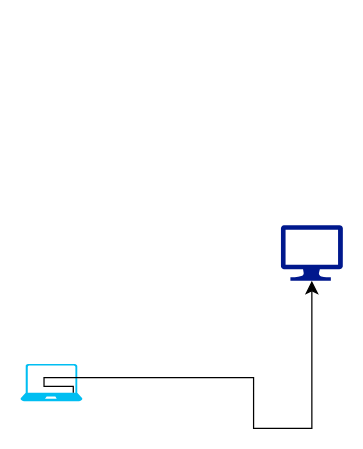
This is Untitled Diagram.drawio from divy1436/Packet-sniffing-with-Wireshark, a draw.io file, before an edit. Source tidied: cells renumbered, new cells numbered last; positions are measured from the earlier drawing's top-left corner, leaving out a move shared by most shapes. Both pictures are drawn from the tidied source at 124%, with x=0, y=0 at pixel (20, 224).
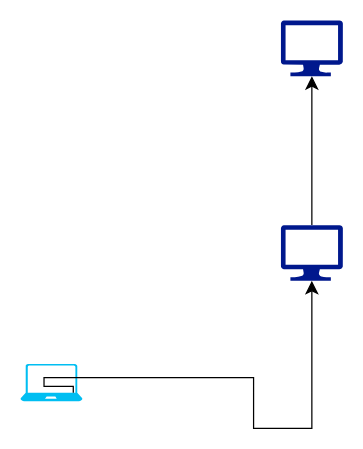
The same page after the edit.

The edit, as a diff of the source:
```diff
@@
 <mxGraphModel>
   <root>
     <mxCell id="0" />
     <mxCell id="1" parent="0" />
+    <mxCell id="5" style="edgeStyle=none;curved=1;rounded=0;jettySize=auto;html=1;fontSize=12;startSize=8;endSize=8;" parent="1" edge="1" source="2" target="6">
+      <mxGeometry relative="1" as="geometry" />
+    </mxCell>
     <mxCell id="2" style="sketch=0;shadow=0;dashed=0;html=1;strokeColor=none;labelPosition=center;verticalLabelPosition=bottom;verticalAlign=top;align=center;fillColor=#00188D;shape=mxgraph.azure.computer;" parent="1" vertex="1">
       <mxGeometry x="210" width="50" height="45" as="geometry" />
     </mxCell>
     <mxCell id="3" style="verticalLabelPosition=bottom;html=1;verticalAlign=top;align=center;strokeColor=none;fillColor=#00BEF2;shape=mxgraph.azure.laptop;" parent="1" vertex="1">
       <mxGeometry y="112" width="50" height="30" as="geometry" />
     </mxCell>
     <mxCell id="4" style="edgeStyle=segmentEdgeStyle;endArrow=classic;html=1;curved=0;rounded=0;endSize=8;startSize=8;fontSize=12;entryX=0.5;entryY=1;entryDx=0;entryDy=0;entryPerimeter=0;exitX=0.852;exitY=0.773;exitDx=0;exitDy=0;exitPerimeter=0;" parent="1" edge="1" source="3" target="2">
       <mxGeometry relative="1" as="geometry">
         <Array as="points">
           <mxPoint x="43" y="130" />
           <mxPoint x="19" y="130" />
           <mxPoint x="19" y="123" />
           <mxPoint x="188" y="123" />
           <mxPoint x="188" y="164" />
           <mxPoint x="235" y="164" />
         </Array>
       </mxGeometry>
     </mxCell>
+    <mxCell id="6" style="sketch=0;shadow=0;dashed=0;html=1;strokeColor=none;labelPosition=center;verticalLabelPosition=bottom;verticalAlign=top;align=center;fillColor=#00188D;shape=mxgraph.azure.computer;" parent="1" vertex="1">
+      <mxGeometry x="210" y="-165" width="50" height="45" as="geometry" />
+    </mxCell>
   </root>
 </mxGraphModel>
```
